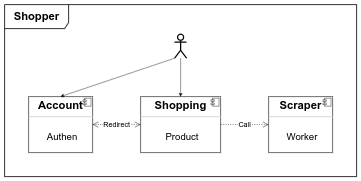
The draw.io diagram docs/architecture.png in ypeng90/shopper, before a commit. Source tidied: cells renumbered, new cells last; positions are measured from the earlier drawing's top-left corner, leaving out a move shared by most shapes.
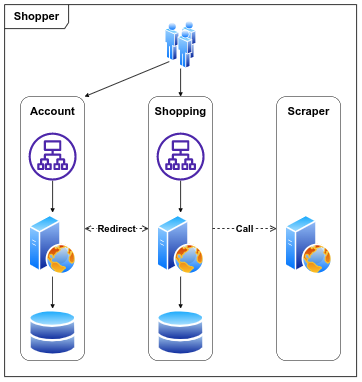
The same diagram one commit later.

The edit, as a diff of the source:
```diff
@@ -1,48 +1,75 @@
 <mxGraphModel background="#ffffff">
   <root>
-    <mxCell id="0" />
-    <mxCell id="1" parent="0" />
+    <mxCell id="14" />
+    <mxCell id="15" parent="14" />
-    <mxCell id="2" value="&lt;font style=&quot;font-size: 28px&quot;&gt;&lt;b&gt;Shopper&lt;/b&gt;&lt;/font&gt;" style="shape=umlFrame;whiteSpace=wrap;html=1;strokeWidth=2;width=160;height=60;fontSize=16;rounded=0;" parent="1" vertex="1">
-      <mxGeometry width="880" height="430" as="geometry" />
+    <mxCell id="2" value="&lt;font style=&quot;font-size: 28px&quot;&gt;&lt;b&gt;Shopper&lt;/b&gt;&lt;/font&gt;" style="shape=umlFrame;whiteSpace=wrap;html=1;strokeWidth=2;width=160;height=60;fontSize=16;rounded=0;" parent="15" vertex="1">
+      <mxGeometry width="880" height="930" as="geometry" />
     </mxCell>
-    <mxCell id="3" value="&lt;p style=&quot;margin: 0px ; margin-top: 6px ; text-align: center&quot;&gt;&lt;b&gt;&lt;font style=&quot;font-size: 28px&quot;&gt;Account&lt;/font&gt;&lt;/b&gt;&lt;/p&gt;&lt;hr style=&quot;font-size: 20px&quot;&gt;&lt;p style=&quot;margin: 0px 0px 0px 8px ; font-size: 20px&quot;&gt;&lt;font style=&quot;font-size: 20px&quot;&gt;&lt;br&gt;&lt;/font&gt;&lt;/p&gt;&lt;p style=&quot;text-align: center ; margin: 0px 0px 0px 8px&quot;&gt;&lt;font style=&quot;font-size: 24px&quot;&gt;Authen&lt;/font&gt;&lt;/p&gt;" style="align=left;overflow=fill;html=1;rounded=0;" parent="1" vertex="1">
-      <mxGeometry x="60" y="230" width="160" height="140" as="geometry" />
-    </mxCell>
-    <mxCell id="4" style="shape=component;jettyWidth=8;jettyHeight=4;rounded=0;" parent="3" vertex="1">
-      <mxGeometry x="1" width="20" height="20" relative="1" as="geometry">
-        <mxPoint x="-24" y="4" as="offset" />
-      </mxGeometry>
-    </mxCell>
-    <mxCell id="5" value="&lt;p style=&quot;margin: 0px ; margin-top: 6px ; text-align: center&quot;&gt;&lt;b&gt;&lt;font style=&quot;font-size: 28px&quot;&gt;Shopping&lt;/font&gt;&lt;/b&gt;&lt;/p&gt;&lt;hr style=&quot;font-size: 20px&quot;&gt;&lt;p style=&quot;margin: 0px 0px 0px 8px ; font-size: 20px&quot;&gt;&lt;font style=&quot;font-size: 20px&quot;&gt;&lt;br&gt;&lt;/font&gt;&lt;/p&gt;&lt;p style=&quot;text-align: center ; margin: 0px 0px 0px 8px&quot;&gt;&lt;font&gt;&lt;font style=&quot;font-size: 24px&quot;&gt;Product&lt;/font&gt;&lt;br&gt;&lt;/font&gt;&lt;/p&gt;" style="align=left;overflow=fill;html=1;rounded=0;" parent="1" vertex="1">
-      <mxGeometry x="340" y="230" width="200" height="140" as="geometry" />
-    </mxCell>
-    <mxCell id="6" style="shape=component;jettyWidth=8;jettyHeight=4;rounded=0;" parent="5" vertex="1">
-      <mxGeometry x="1" width="20" height="20" relative="1" as="geometry">
-        <mxPoint x="-24" y="4" as="offset" />
-      </mxGeometry>
-    </mxCell>
-    <mxCell id="7" value="&lt;p style=&quot;margin: 0px ; margin-top: 6px ; text-align: center&quot;&gt;&lt;b&gt;&lt;font style=&quot;font-size: 28px&quot;&gt;Scraper&lt;/font&gt;&lt;/b&gt;&lt;/p&gt;&lt;hr style=&quot;font-size: 20px&quot;&gt;&lt;p style=&quot;margin: 0px 0px 0px 8px ; font-size: 20px&quot;&gt;&lt;br&gt;&lt;/p&gt;&lt;p style=&quot;text-align: center ; margin: 0px 0px 0px 8px&quot;&gt;&lt;font style=&quot;font-size: 24px&quot;&gt;Worker&lt;/font&gt;&lt;/p&gt;" style="align=left;overflow=fill;html=1;rounded=0;" parent="1" vertex="1">
-      <mxGeometry x="660" y="230" width="160" height="140" as="geometry" />
-    </mxCell>
-    <mxCell id="8" style="shape=component;jettyWidth=8;jettyHeight=4;rounded=0;" parent="7" vertex="1">
-      <mxGeometry x="1" width="20" height="20" relative="1" as="geometry">
-        <mxPoint x="-24" y="4" as="offset" />
-      </mxGeometry>
-    </mxCell>
-    <mxCell id="9" style="edgeStyle=none;html=1;fontSize=18;entryX=0.5;entryY=0;entryDx=0;entryDy=0;rounded=0;" parent="1" edge="1" source="10" target="5">
-      <mxGeometry relative="1" as="geometry" />
-    </mxCell>
-    <mxCell id="10" style="shape=umlActor;verticalLabelPosition=bottom;verticalAlign=top;html=1;strokeWidth=3;rounded=0;" parent="1" vertex="1">
-      <mxGeometry x="425" y="74" width="30" height="60" as="geometry" />
-    </mxCell>
-    <mxCell id="11" style="edgeStyle=none;html=1;fontSize=18;entryX=0.5;entryY=0;entryDx=0;entryDy=0;exitX=0;exitY=1;exitDx=0;exitDy=0;exitPerimeter=0;rounded=0;" parent="1" edge="1" source="10" target="3">
-      <mxGeometry relative="1" as="geometry" />
-    </mxCell>
+    <mxCell id="16" style="rounded=1;whiteSpace=wrap;html=1;fillColor=none;gradientColor=#ffffff;" parent="15" vertex="1">
+      <mxGeometry x="680" y="230" width="160" height="660" as="geometry" />
+    </mxCell>
+    <mxCell id="17" style="rounded=1;whiteSpace=wrap;html=1;fillColor=none;gradientColor=#ffffff;" parent="15" vertex="1">
+      <mxGeometry x="360" y="230" width="160" height="660" as="geometry" />
+    </mxCell>
+    <mxCell id="18" style="rounded=1;whiteSpace=wrap;html=1;fillColor=none;gradientColor=#ffffff;" parent="15" vertex="1">
+      <mxGeometry x="40" y="230" width="160" height="660" as="geometry" />
+    </mxCell>
-    <mxCell id="12" value="Redirect" style="endArrow=open;endSize=12;dashed=1;html=1;fontSize=18;entryX=1;entryY=0.5;entryDx=0;entryDy=0;exitX=0;exitY=0.5;exitDx=0;exitDy=0;startArrow=open;startFill=0;startSize=12;rounded=0;" parent="1" edge="1" source="5" target="3">
+    <mxCell id="12" value="Redirect" style="endArrow=open;endSize=12;dashed=1;html=1;fontSize=24;startArrow=open;startFill=0;startSize=12;rounded=0;strokeWidth=2;exitX=0;exitY=0.5;exitDx=0;exitDy=0;entryX=1;entryY=0.5;entryDx=0;entryDy=0;fontStyle=1;" parent="15" edge="1" source="17" target="18">
       <mxGeometry relative="1" as="geometry" />
     </mxCell>
-    <mxCell id="13" value="Call" style="endArrow=open;endSize=12;dashed=1;html=1;exitX=1;exitY=0.5;exitDx=0;exitDy=0;entryX=0;entryY=0.5;entryDx=0;entryDy=0;fontSize=18;rounded=0;" parent="1" edge="1" source="5" target="7">
+    <mxCell id="13" value="Call" style="endArrow=open;endSize=12;dashed=1;html=1;fontSize=24;rounded=0;strokeWidth=2;entryX=0;entryY=0.5;entryDx=0;entryDy=0;exitX=1;exitY=0.5;exitDx=0;exitDy=0;exitPerimeter=0;fontStyle=1;" parent="15" edge="1" source="17" target="16">
       <mxGeometry relative="1" as="geometry" />
     </mxCell>
+    <mxCell id="19" style="edgeStyle=none;html=1;strokeWidth=2;entryX=0.5;entryY=0;entryDx=0;entryDy=0;" parent="15" edge="1" source="20" target="17">
+      <mxGeometry relative="1" as="geometry" />
+    </mxCell>
+    <mxCell id="20" style="perimeter=ellipsePerimeter;html=1;align=center;shadow=0;dashed=0;spacingTop=3;image;image=img/lib/active_directory/users.svg;fillColor=#0000FF;" parent="15" vertex="1">
+      <mxGeometry x="400" y="40" width="80" height="120" as="geometry" />
+    </mxCell>
+    <mxCell id="21" style="edgeStyle=none;html=1;strokeWidth=2;" parent="15" edge="1" source="22" target="29">
+      <mxGeometry relative="1" as="geometry" />
+    </mxCell>
+    <mxCell id="22" style="sketch=0;outlineConnect=0;fontColor=#232F3E;gradientColor=none;fillColor=#4D27AA;strokeColor=none;dashed=0;verticalLabelPosition=bottom;verticalAlign=top;align=center;html=1;fontSize=12;fontStyle=0;shape=mxgraph.aws4.application_load_balancer;" parent="15" vertex="1">
+      <mxGeometry x="60" y="320" width="120" height="120" as="geometry" />
+    </mxCell>
+    <mxCell id="23" style="edgeStyle=none;html=1;strokeWidth=2;" parent="15" edge="1" source="24" target="31">
+      <mxGeometry relative="1" as="geometry" />
+    </mxCell>
+    <mxCell id="24" style="sketch=0;outlineConnect=0;fontColor=#232F3E;gradientColor=none;fillColor=#4D27AA;strokeColor=none;dashed=0;verticalLabelPosition=bottom;verticalAlign=top;align=center;html=1;fontSize=12;fontStyle=0;shape=mxgraph.aws4.application_load_balancer;" parent="15" vertex="1">
+      <mxGeometry x="380" y="320" width="120" height="120" as="geometry" />
+    </mxCell>
+    <mxCell id="25" style="perimeter=ellipsePerimeter;html=1;align=center;shadow=0;dashed=0;spacingTop=3;image;image=img/lib/active_directory/databases.svg;fillColor=default;gradientColor=#ffffff;" parent="15" vertex="1">
+      <mxGeometry x="60" y="760" width="120" height="120" as="geometry" />
+    </mxCell>
+    <mxCell id="26" style="perimeter=ellipsePerimeter;html=1;align=center;shadow=0;dashed=0;spacingTop=3;image;image=img/lib/active_directory/databases.svg;fillColor=default;gradientColor=#ffffff;" parent="15" vertex="1">
+      <mxGeometry x="380" y="760" width="120" height="120" as="geometry" />
+    </mxCell>
+    <mxCell id="27" style="edgeStyle=none;html=1;exitX=0;exitY=1;exitDx=0;exitDy=0;strokeWidth=2;entryX=1;entryY=0;entryDx=0;entryDy=0;" parent="15" edge="1" source="20" target="18">
+      <mxGeometry relative="1" as="geometry" />
+    </mxCell>
+    <mxCell id="28" style="edgeStyle=none;html=1;strokeWidth=2;" parent="15" edge="1" source="29" target="25">
+      <mxGeometry relative="1" as="geometry" />
+    </mxCell>
+    <mxCell id="29" style="perimeter=ellipsePerimeter;html=1;align=center;shadow=0;dashed=0;spacingTop=3;image;image=img/lib/active_directory/web_server.svg;fillColor=none;gradientColor=#ffffff;" parent="15" vertex="1">
+      <mxGeometry x="60" y="520" width="120" height="160" as="geometry" />
+    </mxCell>
+    <mxCell id="30" style="edgeStyle=none;html=1;strokeWidth=2;" parent="15" edge="1" source="31" target="26">
+      <mxGeometry relative="1" as="geometry" />
+    </mxCell>
+    <mxCell id="31" style="perimeter=ellipsePerimeter;html=1;align=center;shadow=0;dashed=0;spacingTop=3;image;image=img/lib/active_directory/web_server.svg;fillColor=none;gradientColor=#ffffff;" parent="15" vertex="1">
+      <mxGeometry x="380" y="520" width="120" height="160" as="geometry" />
+    </mxCell>
+    <mxCell id="32" style="perimeter=ellipsePerimeter;html=1;align=center;shadow=0;dashed=0;spacingTop=3;image;image=img/lib/active_directory/web_server.svg;fillColor=none;gradientColor=#ffffff;" parent="15" vertex="1">
+      <mxGeometry x="700" y="520" width="120" height="160" as="geometry" />
+    </mxCell>
+    <mxCell id="33" value="Account" style="text;align=center;fontStyle=1;verticalAlign=middle;spacingLeft=3;spacingRight=3;strokeColor=none;fillColor=none;gradientColor=#ffffff;fontSize=28;" parent="15" vertex="1">
+      <mxGeometry x="50" y="240" width="140" height="46" as="geometry" />
+    </mxCell>
+    <mxCell id="34" value="Shopping" style="text;align=center;fontStyle=1;verticalAlign=middle;spacingLeft=3;spacingRight=3;strokeColor=none;fillColor=none;gradientColor=#ffffff;fontSize=28;" parent="15" vertex="1">
+      <mxGeometry x="370" y="240" width="140" height="46" as="geometry" />
+    </mxCell>
+    <mxCell id="35" value="Scraper" style="text;align=center;fontStyle=1;verticalAlign=middle;spacingLeft=3;spacingRight=3;strokeColor=none;fillColor=none;gradientColor=#ffffff;fontSize=28;" parent="15" vertex="1">
+      <mxGeometry x="690" y="240" width="140" height="46" as="geometry" />
+    </mxCell>
   </root>
 </mxGraphModel>
```
